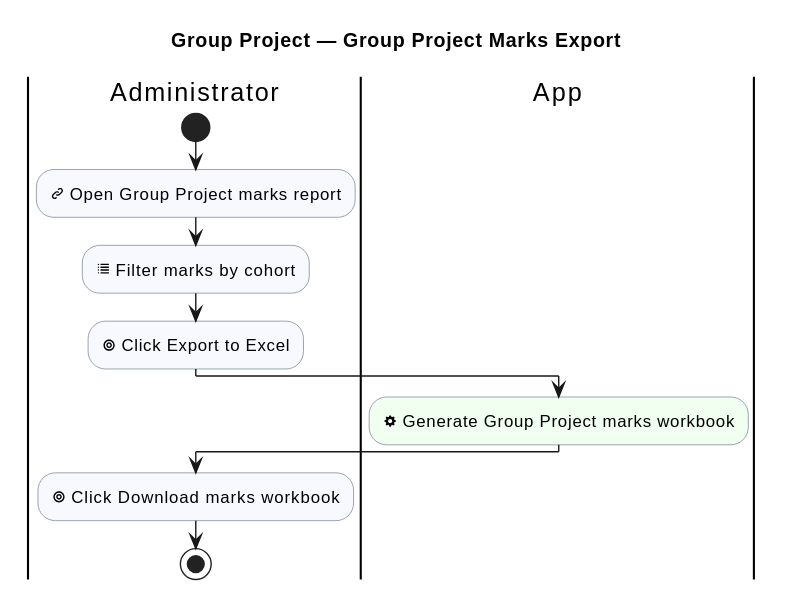
Before: industrial-placement-group-project/diagrams/group-project/group-project-marks-export.svg, a diagram exported from PlantUML (sdflkjssl/sdflkjssl.github.io).
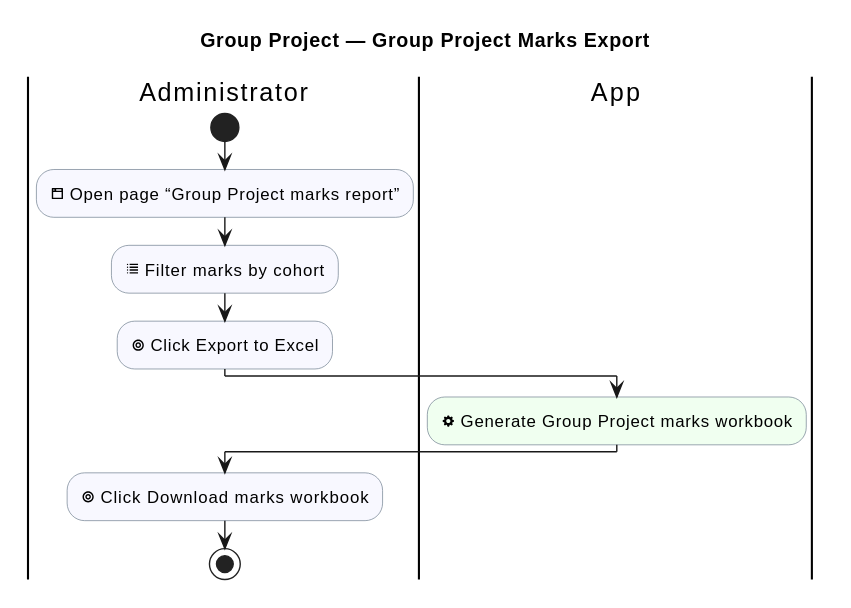
After the change.

What changed in the source:
```diff
@@ -12,7 +12,7 @@
 
 |Administrator|
 start
-:<&link-intact> Open Group Project marks report; <<#GhostWhite>>
+:<&browser> Open page “Group Project marks report”; <<#GhostWhite>>
 :<&list> Filter marks by cohort; <<#GhostWhite>>
 :<&target> Click Export to Excel; <<#GhostWhite>>
 |App|
```
